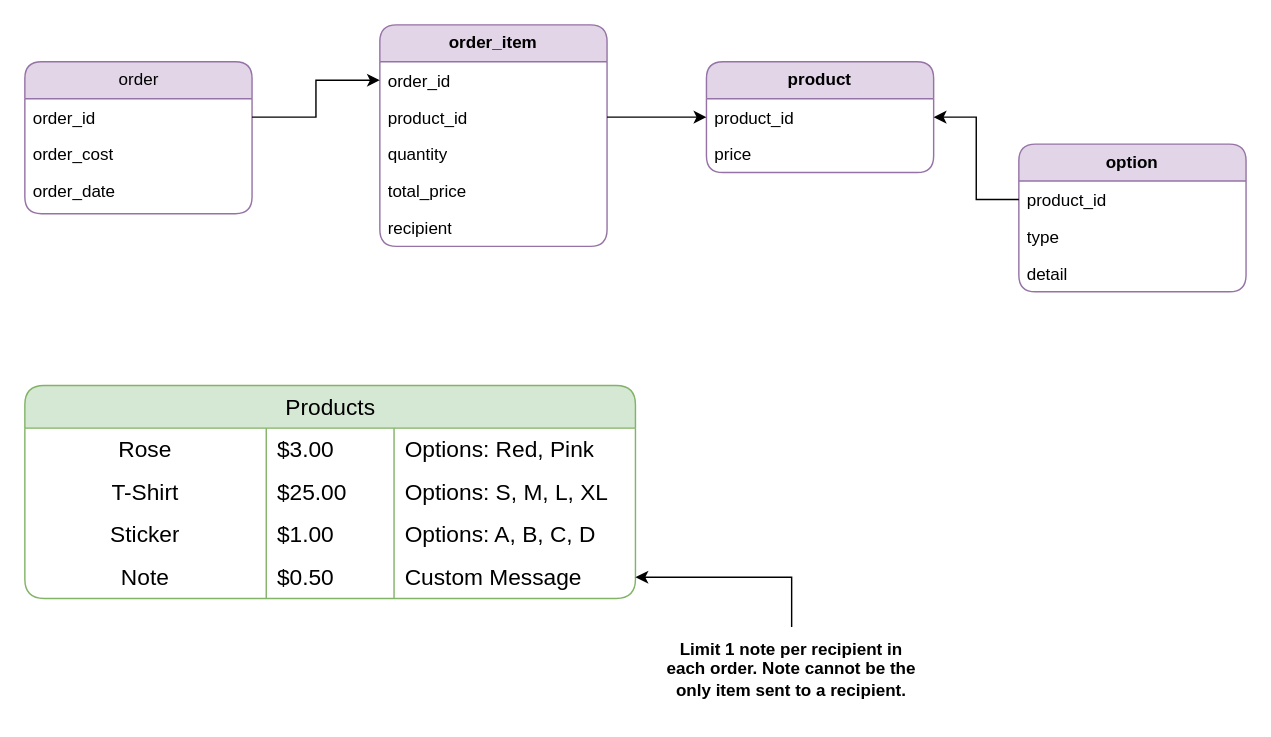
sofiakazm/shopping-site keeps this draw.io diagram as Untitled Diagram.drawio. Above is the earlier version. Source tidied: cells renumbered, new cells numbered last; positions are measured from the earlier drawing's top-left corner, leaving out a move shared by most shapes. Both pictures are drawn from the tidied source at 142%, with x=0, y=0 at pixel (24, 24).
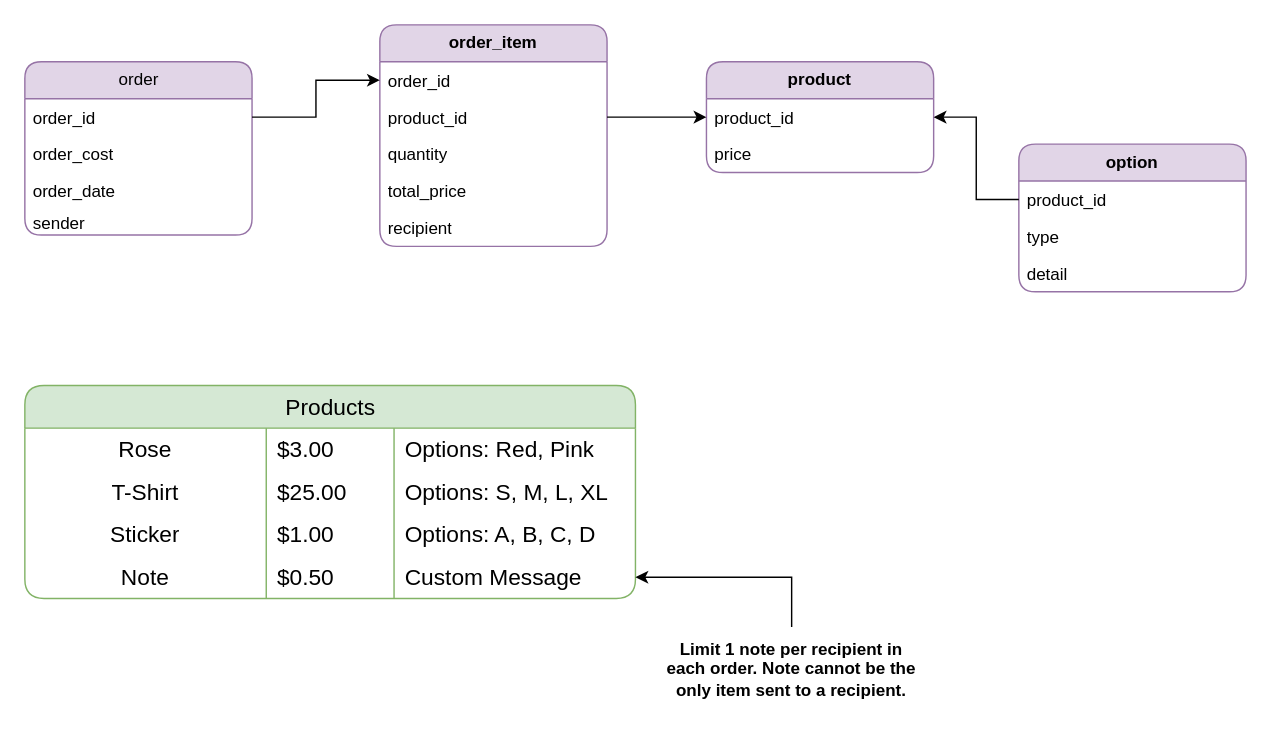
The same diagram, later.

Change to the diagram source:
```diff
@@
     <mxCell id="2" value="order" style="swimlane;html=1;fontStyle=0;align=center;verticalAlign=middle;horizontal=1;startSize=26;swimlaneFillColor=none;rounded=1;shadow=0;comic=0;labelBackgroundColor=none;strokeWidth=1;fillColor=#e1d5e7;fontFamily=Helvetica;fontSize=12;strokeColor=#9673a6;glass=0;fillStyle=solid;gradientColor=none;" parent="1" vertex="1">
-      <mxGeometry y="26" width="160" height="107" as="geometry" />
+      <mxGeometry y="26" width="160" height="122" as="geometry" />
     </mxCell>
@@
+    <mxCell id="41" value="sender" style="text;html=1;strokeColor=none;fillColor=none;align=left;verticalAlign=top;spacingLeft=4;spacingRight=4;whiteSpace=wrap;overflow=hidden;" parent="2" vertex="1">
+      <mxGeometry y="100" width="160" height="22" as="geometry" />
+    </mxCell>
```
